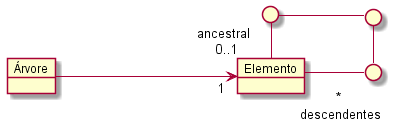
The PlantUML diagram Imagens/modelos-04/mod04ima02/mod04ima02.png in kyriosdata/oo, before a commit. Its diagram source:
```plantuml
@startuml mod04ima02
skinparam linetype ortho
object "Árvore" as ar
object "Elemento" as el
circle " " as p1
circle " " as p2
circle " " as p3
left to right direction
ar ----> "1 \n" el
el "ancestral \n 0..1"-left- p1
p1 -down- p2
p2 -right- p3
p3 -up-" * \n descendentes" el
@enduml
```
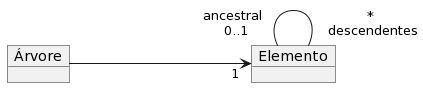
The same diagram one commit later.

What changed in the source:
```diff
@@ -1,14 +1,7 @@
-@startuml mod04ima02
-skinparam linetype ortho
+@startuml
 object "Árvore" as ar
 object "Elemento" as el
-circle " " as p1
-circle " " as p2
-circle " " as p3
 left to right direction
 ar ----> "1 \n" el
-el "ancestral \n 0..1"-left- p1
-p1 -down- p2
-p2 -right- p3
-p3 -up-" * \n descendentes" el
+el "ancestral \n 0..1"--- " * \n descendentes" el
 @enduml
```
